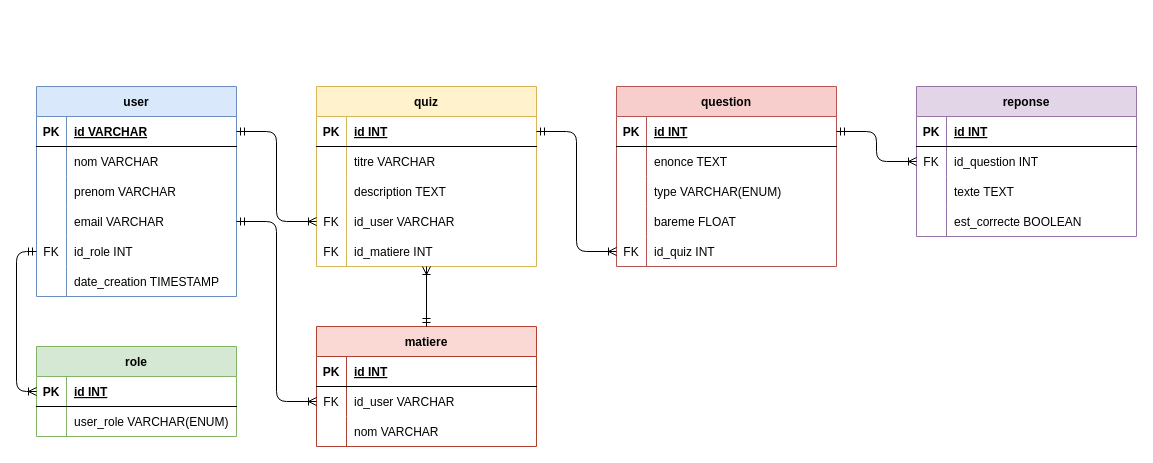
Above: base_de_donnee.drawio in fathia09/Projet-Long (draw.io), before the change. Source tidied: cells renumbered, new cells numbered last; positions are measured from the earlier drawing's top-left corner, leaving out a move shared by most shapes. Both pictures are drawn from the tidied source at 100%, with x=0, y=0 at pixel (16, 86).
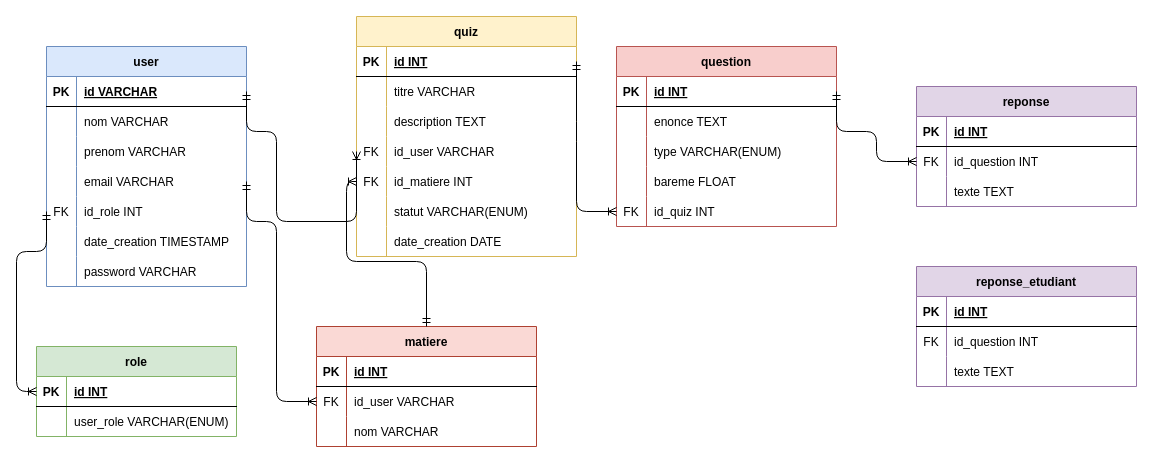
After the change.

Commit message:
modification de la base de donnée

The change refers to these unchanged cells:
```xml
<mxCell id="41" style="shape=tableRow;horizontal=0;startSize=0;swimlaneHead=0;swimlaneBody=0;fillColor=none;points=[[0,0.5],[1,0.5]];portConstraint=eastwest;top=0;left=0;right=0;bottom=0;" parent="28" vertex="1">
  <mxGeometry y="150" width="220" height="30" as="geometry" />
</mxCell>
<mxCell id="73" value="matiere" style="shape=table;startSize=30;childLayout=tableLayout;rowLines=0;fontStyle=1;align=center;fillColor=#fad9d5;strokeColor=#ae4132;" parent="1" vertex="1">
  <mxGeometry x="300" y="240" width="220" height="120" as="geometry" />
</mxCell>
```

Diff of the diagram source:
```diff
@@
     <mxCell id="2" value="user" style="shape=table;startSize=30;childLayout=tableLayout;rowLines=0;fontStyle=1;align=center;fillColor=#dae8fc;strokeColor=#6c8ebf;" parent="1" vertex="1">
-      <mxGeometry x="20" width="200" height="210" as="geometry" />
+      <mxGeometry x="30" y="-40" width="200" height="240" as="geometry" />
     </mxCell>
@@
+    <mxCell id="89" style="shape=tableRow;horizontal=0;startSize=0;swimlaneHead=0;swimlaneBody=0;fillColor=none;top=0;left=0;right=0;bottom=0;" parent="2" vertex="1">
+      <mxGeometry y="210" width="200" height="30" as="geometry" />
+    </mxCell>
+    <mxCell id="90" style="shape=partialRectangle;fillColor=none;top=0;left=0;bottom=0;right=0;overflow=hidden;" parent="89" vertex="1">
+      <mxGeometry width="30" height="30" as="geometry" />
+    </mxCell>
+    <mxCell id="91" value="password VARCHAR" style="shape=partialRectangle;fillColor=none;top=0;left=0;bottom=0;right=0;align=left;spacingLeft=6;overflow=hidden;" parent="89" vertex="1">
+      <mxGeometry x="30" width="170" height="30" as="geometry" />
+    </mxCell>
@@
     <mxCell id="28" value="quiz" style="shape=table;startSize=30;childLayout=tableLayout;rowLines=0;fontStyle=1;align=center;fillColor=#fff2cc;strokeColor=#d6b656;" parent="1" vertex="1">
-      <mxGeometry x="300" width="220" height="180" as="geometry" />
+      <mxGeometry x="340" y="-70" width="220" height="240" as="geometry" />
     </mxCell>
@@
+    <mxCell id="92" style="shape=tableRow;horizontal=0;startSize=0;swimlaneHead=0;swimlaneBody=0;fillColor=none;top=0;left=0;right=0;bottom=0;" parent="28" vertex="1">
+      <mxGeometry y="180" width="220" height="30" as="geometry" />
+    </mxCell>
+    <mxCell id="93" style="shape=partialRectangle;fillColor=none;top=0;left=0;bottom=0;right=0;overflow=hidden;" parent="92" vertex="1">
+      <mxGeometry width="30" height="30" as="geometry" />
+    </mxCell>
+    <mxCell id="94" value="statut VARCHAR(ENUM)" style="shape=partialRectangle;fillColor=none;top=0;left=0;bottom=0;right=0;align=left;spacingLeft=6;overflow=hidden;" parent="92" vertex="1">
+      <mxGeometry x="30" width="190" height="30" as="geometry" />
+    </mxCell>
+    <mxCell id="95" style="shape=tableRow;horizontal=0;startSize=0;swimlaneHead=0;swimlaneBody=0;fillColor=none;top=0;left=0;right=0;bottom=0;" parent="28" vertex="1">
+      <mxGeometry y="210" width="220" height="30" as="geometry" />
+    </mxCell>
+    <mxCell id="96" style="shape=partialRectangle;fillColor=none;top=0;left=0;bottom=0;right=0;overflow=hidden;" parent="95" vertex="1">
+      <mxGeometry width="30" height="30" as="geometry" />
+    </mxCell>
+    <mxCell id="97" value="date_creation DATE" style="shape=partialRectangle;fillColor=none;top=0;left=0;bottom=0;right=0;align=left;spacingLeft=6;overflow=hidden;" parent="95" vertex="1">
+      <mxGeometry x="30" width="190" height="30" as="geometry" />
+    </mxCell>
     <mxCell id="44" value="question" style="shape=table;startSize=30;childLayout=tableLayout;rowLines=0;fontStyle=1;align=center;fillColor=#f8cecc;strokeColor=#b85450;" parent="1" vertex="1">
-      <mxGeometry x="600" width="220" height="180" as="geometry" />
+      <mxGeometry x="600" y="-40" width="220" height="180" as="geometry" />
     </mxCell>
@@
     <mxCell id="60" value="reponse" style="shape=table;startSize=30;childLayout=tableLayout;rowLines=0;fontStyle=1;align=center;fillColor=#e1d5e7;strokeColor=#9673a6;" parent="1" vertex="1">
-      <mxGeometry x="900" width="220" height="150" as="geometry" />
+      <mxGeometry x="900" width="220" height="120" as="geometry" />
     </mxCell>
@@
-    <mxCell id="70" style="shape=tableRow;horizontal=0;startSize=0;swimlaneHead=0;swimlaneBody=0;fillColor=none;top=0;left=0;right=0;bottom=0;" parent="60" vertex="1">
-      <mxGeometry y="120" width="220" height="30" as="geometry" />
-    </mxCell>
-    <mxCell id="71" style="shape=partialRectangle;fillColor=none;top=0;left=0;bottom=0;right=0;overflow=hidden;" parent="70" vertex="1">
-      <mxGeometry width="30" height="30" as="geometry" />
-    </mxCell>
-    <mxCell id="72" value="est_correcte BOOLEAN" style="shape=partialRectangle;fillColor=none;top=0;left=0;bottom=0;right=0;align=left;spacingLeft=6;overflow=hidden;" parent="70" vertex="1">
-      <mxGeometry x="30" width="190" height="30" as="geometry" />
-    </mxCell>
@@
-    <mxCell id="85" style="edgeStyle=orthogonalEdgeStyle;fontSize=12;html=1;endArrow=ERoneToMany;startArrow=ERmandOne;exitX=0.5;exitY=0;exitDx=0;exitDy=0;entryX=0.5;entryY=1;entryDx=0;entryDy=0;" parent="1" edge="1" source="73" target="28">
+    <mxCell id="85" style="edgeStyle=orthogonalEdgeStyle;fontSize=12;html=1;endArrow=ERoneToMany;startArrow=ERmandOne;exitX=0.5;exitY=0;exitDx=0;exitDy=0;entryX=0;entryY=0.5;entryDx=0;entryDy=0;" parent="1" edge="1" source="73" target="41">
       <mxGeometry relative="1" as="geometry" />
     </mxCell>
@@
+    <mxCell id="98" value="reponse_etudiant" style="shape=table;startSize=30;childLayout=tableLayout;rowLines=0;fontStyle=1;align=center;fillColor=#e1d5e7;strokeColor=#9673a6;" parent="1" vertex="1">
+      <mxGeometry x="900" y="180" width="220" height="120" as="geometry" />
+    </mxCell>
+    <mxCell id="99" style="shape=tableRow;horizontal=0;startSize=0;swimlaneHead=0;swimlaneBody=0;fillColor=none;top=0;left=0;right=0;bottom=1;" parent="98" vertex="1">
+      <mxGeometry y="30" width="220" height="30" as="geometry" />
+    </mxCell>
+    <mxCell id="100" value="PK" style="shape=partialRectangle;fillColor=none;top=0;left=0;bottom=0;right=0;fontStyle=1;overflow=hidden;" parent="99" vertex="1">
+      <mxGeometry width="30" height="30" as="geometry" />
+    </mxCell>
+    <mxCell id="101" value="id INT" style="shape=partialRectangle;fillColor=none;top=0;left=0;bottom=0;right=0;align=left;spacingLeft=6;fontStyle=5;overflow=hidden;" parent="99" vertex="1">
+      <mxGeometry x="30" width="190" height="30" as="geometry" />
+    </mxCell>
+    <mxCell id="102" style="shape=tableRow;horizontal=0;startSize=0;swimlaneHead=0;swimlaneBody=0;fillColor=none;top=0;left=0;right=0;bottom=0;" parent="98" vertex="1">
+      <mxGeometry y="60" width="220" height="30" as="geometry" />
+    </mxCell>
+    <mxCell id="103" value="FK" style="shape=partialRectangle;fillColor=none;top=0;left=0;bottom=0;right=0;overflow=hidden;" parent="102" vertex="1">
+      <mxGeometry width="30" height="30" as="geometry" />
+    </mxCell>
+    <mxCell id="104" value="id_question INT" style="shape=partialRectangle;fillColor=none;top=0;left=0;bottom=0;right=0;align=left;spacingLeft=6;overflow=hidden;" parent="102" vertex="1">
+      <mxGeometry x="30" width="190" height="30" as="geometry" />
+    </mxCell>
+    <mxCell id="105" style="shape=tableRow;horizontal=0;startSize=0;swimlaneHead=0;swimlaneBody=0;fillColor=none;top=0;left=0;right=0;bottom=0;" parent="98" vertex="1">
+      <mxGeometry y="90" width="220" height="30" as="geometry" />
+    </mxCell>
+    <mxCell id="106" style="shape=partialRectangle;fillColor=none;top=0;left=0;bottom=0;right=0;overflow=hidden;" parent="105" vertex="1">
+      <mxGeometry width="30" height="30" as="geometry" />
+    </mxCell>
+    <mxCell id="107" value="texte TEXT" style="shape=partialRectangle;fillColor=none;top=0;left=0;bottom=0;right=0;align=left;spacingLeft=6;overflow=hidden;" parent="105" vertex="1">
+      <mxGeometry x="30" width="190" height="30" as="geometry" />
+    </mxCell>
```
